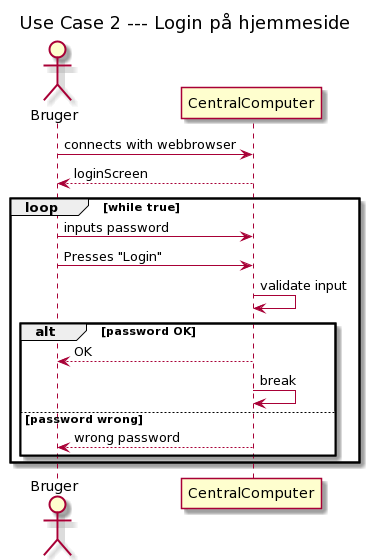
Above: Strukturering/System/Usecases/UseCase2_Login.png in Solvgraa-mager/E4PRJ4 (PlantUML), before the change.
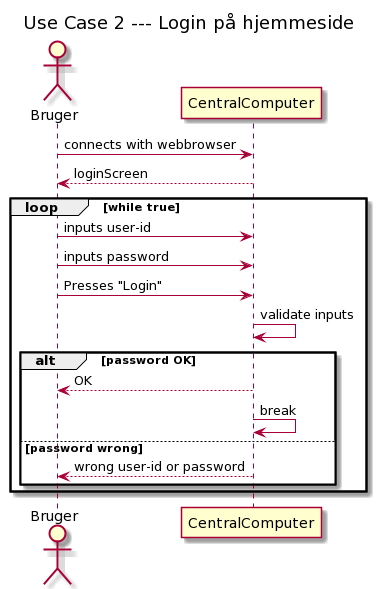
The same diagram one commit later.

What changed in the source:
```diff
@@ -8,15 +8,15 @@
 CentralComputer --> Bruger: loginScreen
 
 loop while true
-
+    Bruger -> CentralComputer: inputs user-id
     Bruger -> CentralComputer: inputs password
     Bruger -> CentralComputer: Presses "Login"
-    CentralComputer -> CentralComputer: validate input
+    CentralComputer -> CentralComputer: validate inputs
     alt password OK
         CentralComputer --> Bruger: OK
         CentralComputer -> CentralComputer: break
     else    password wrong
-        CentralComputer --> Bruger: wrong password
+        CentralComputer --> Bruger: wrong user-id or password
     end
 end
 @enduml
```
